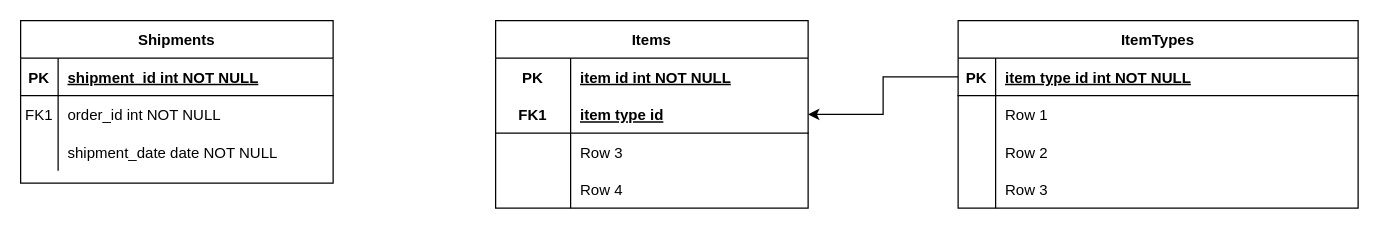
Earlier version of the draw.io diagram Documents/AppDevDB diagram.drawio (thomascmack/LoadingBay). Source tidied: cells renumbered, new cells numbered last; positions are measured from the earlier drawing's top-left corner, leaving out a move shared by most shapes. Both pictures are drawn from the tidied source at 125%, with x=0, y=0 at pixel (20, 20).
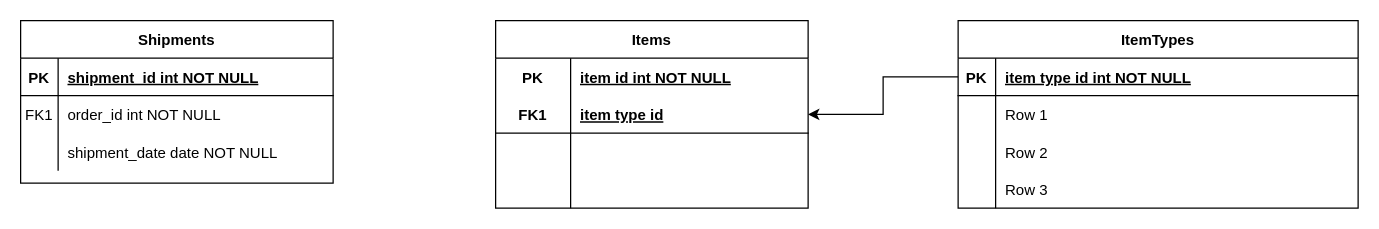
The same page after the edit.

The change refers to these unchanged cells:
```xml
<mxCell id="19" style="shape=tableRow;horizontal=0;startSize=0;swimlaneHead=0;swimlaneBody=0;fillColor=none;top=0;left=0;right=0;bottom=0;" parent="12" vertex="1">
  <mxGeometry y="90" width="250" height="30" as="geometry" />
</mxCell>
<mxCell id="22" style="shape=tableRow;horizontal=0;startSize=0;swimlaneHead=0;swimlaneBody=0;fillColor=none;top=0;left=0;right=0;bottom=0;" parent="12" vertex="1">
  <mxGeometry y="120" width="250" height="30" as="geometry" />
</mxCell>
```

What changed in the source:
```diff
@@
-    <mxCell id="21" value="Row 3" style="shape=partialRectangle;fillColor=none;top=0;left=0;bottom=0;right=0;align=left;spacingLeft=6;overflow=hidden;" parent="19" vertex="1">
+    <mxCell id="21" style="shape=partialRectangle;fillColor=none;top=0;left=0;bottom=0;right=0;align=left;spacingLeft=6;overflow=hidden;" parent="19" vertex="1">
       <mxGeometry x="60" width="190" height="30" as="geometry" />
     </mxCell>
@@
-    <mxCell id="24" value="Row 4" style="shape=partialRectangle;fillColor=none;top=0;left=0;bottom=0;right=0;align=left;spacingLeft=6;overflow=hidden;" parent="22" vertex="1">
+    <mxCell id="24" style="shape=partialRectangle;fillColor=none;top=0;left=0;bottom=0;right=0;align=left;spacingLeft=6;overflow=hidden;" parent="22" vertex="1">
       <mxGeometry x="60" width="190" height="30" as="geometry" />
     </mxCell>
```
